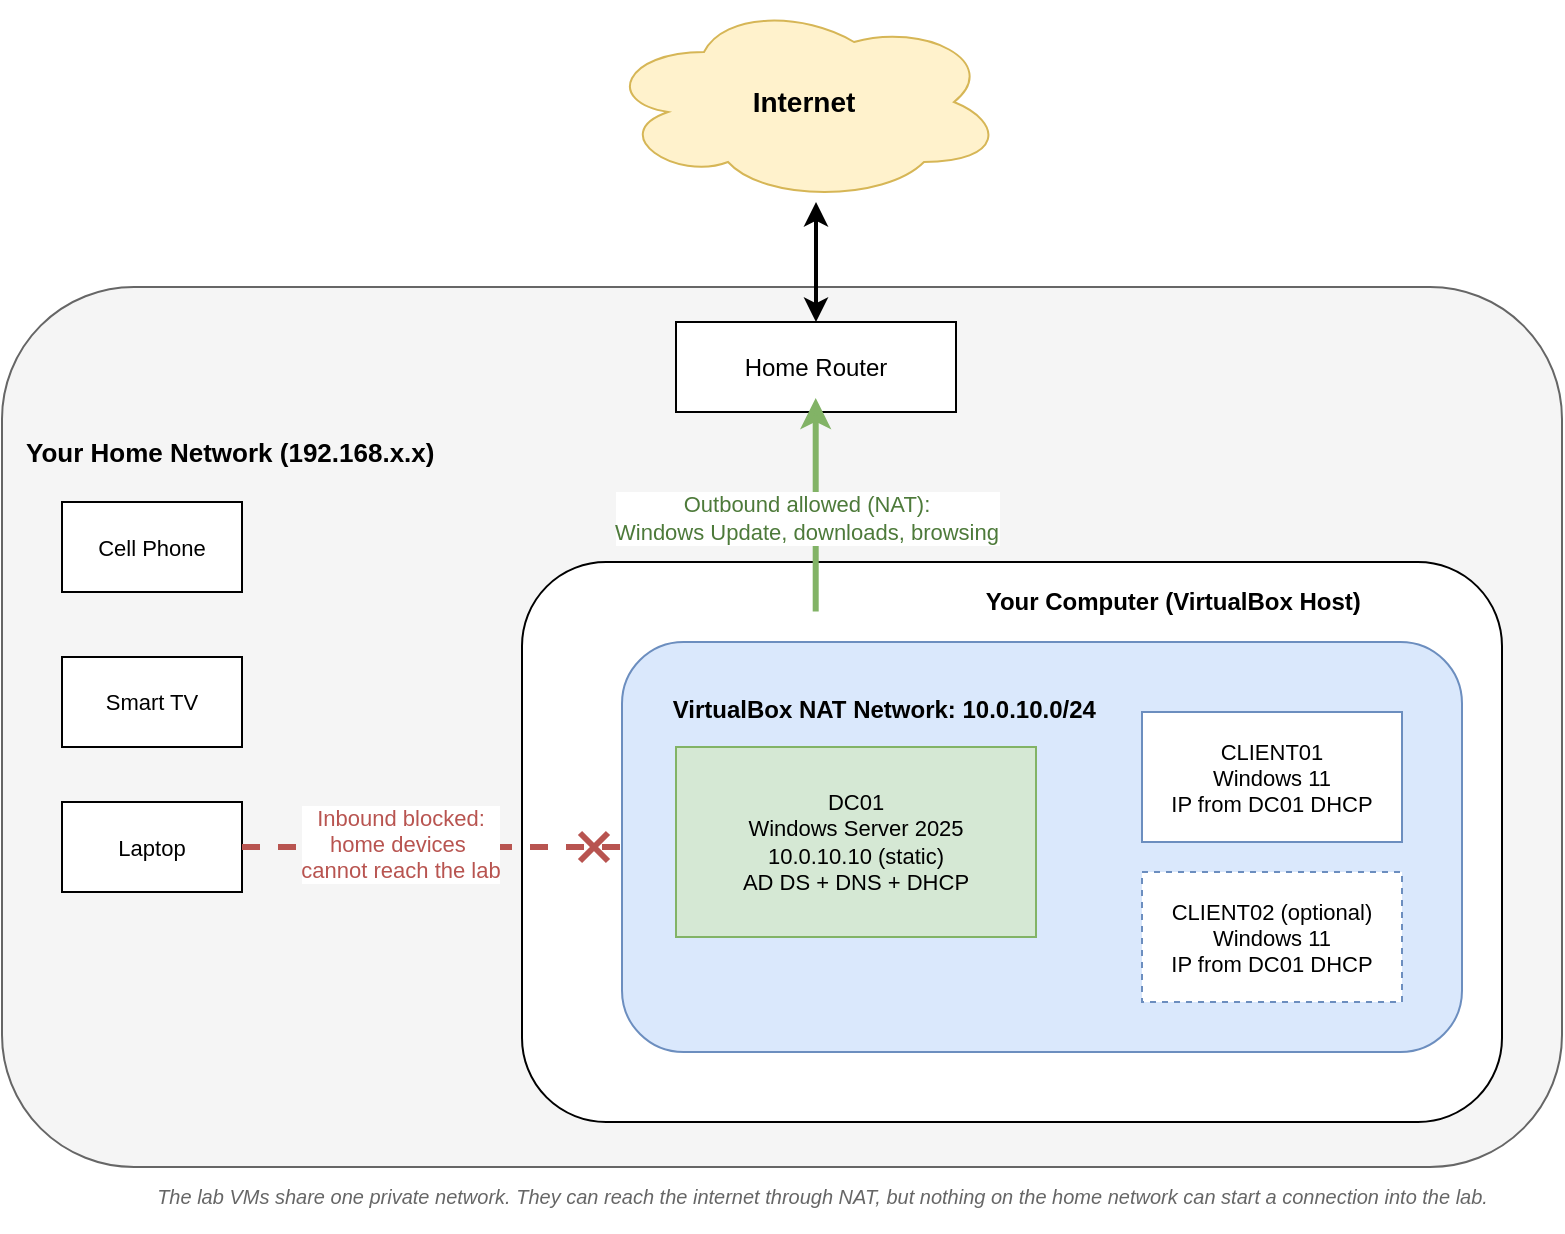
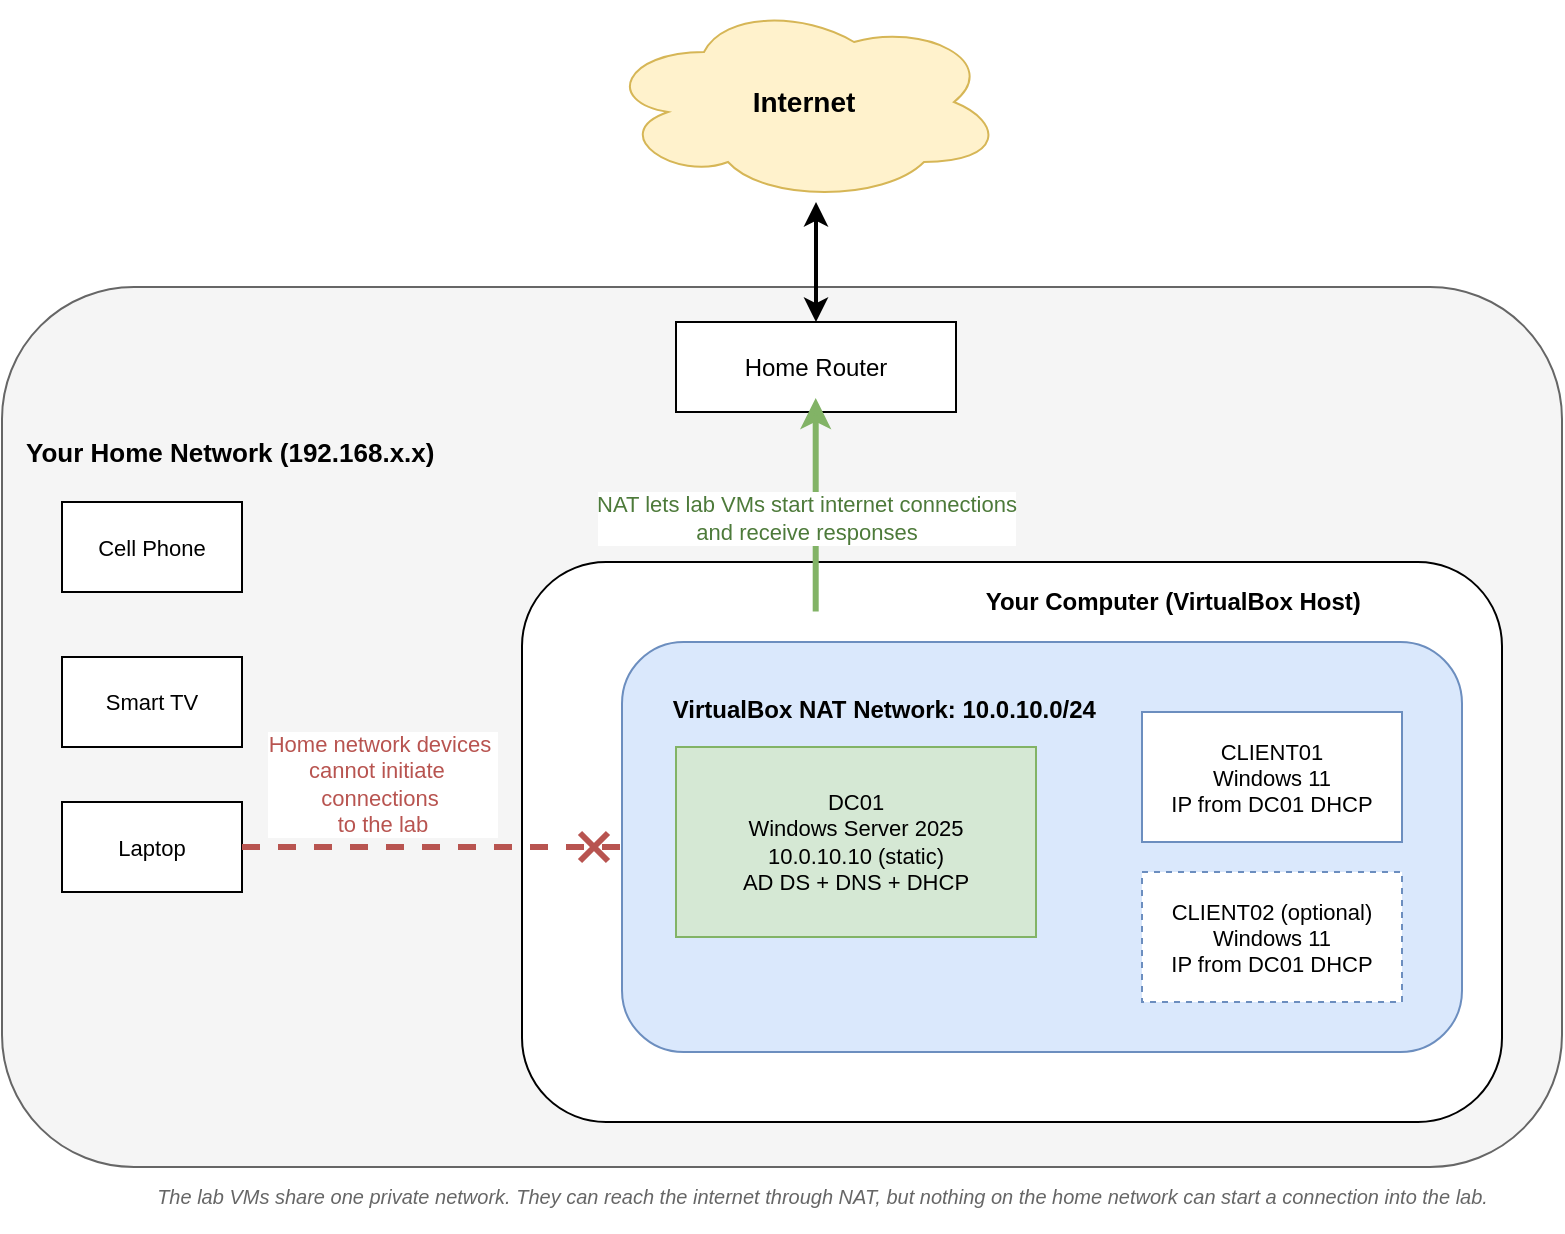
<mxfile host="Electron">
  <diagram id="nat-network" name="NAT Network">
-     <mxGraphModel dx="1667" dy="733" grid="1" gridSize="10" guides="1" tooltips="1" connect="1" arrows="1" fold="1" page="1" pageScale="1" pageWidth="850" pageHeight="650" math="0" shadow="0">
+     <mxGraphModel dx="1269" dy="660" grid="1" gridSize="10" guides="1" tooltips="1" connect="1" arrows="1" fold="1" page="1" pageScale="1" pageWidth="850" pageHeight="650" math="0" shadow="0">
      <root>
        <mxCell id="0" />
        <mxCell id="1" parent="0" />
        <mxCell id="internet" parent="1" style="ellipse;shape=cloud;whiteSpace=wrap;html=1;fillColor=#fff2cc;strokeColor=#d6b656;fontSize=14;fontStyle=1;" value="Internet" vertex="1">
          <mxGeometry height="100" width="200" x="341" y="20" as="geometry" />
        </mxCell>
        <mxCell id="homeNet" parent="1" style="rounded=1;whiteSpace=wrap;html=1;fillColor=#f5f5f5;strokeColor=#666666;verticalAlign=top;fontSize=13;fontStyle=1;align=left;spacingLeft=10;spacingTop=6;" value="&amp;nbsp; &amp;nbsp; &amp;nbsp; &amp;nbsp; &amp;nbsp; &amp;nbsp;&lt;div&gt;&amp;nbsp; &amp;nbsp; &amp;nbsp;&amp;nbsp;&lt;/div&gt;&lt;div&gt;&lt;br&gt;&lt;/div&gt;&lt;div&gt;&lt;br&gt;&lt;/div&gt;&lt;div&gt;&lt;span style=&quot;background-color: transparent; color: light-dark(rgb(0, 0, 0), rgb(255, 255, 255));&quot;&gt;Your Home Network (192.168.x.x)&lt;/span&gt;&lt;/div&gt;" vertex="1">
          <mxGeometry height="440" width="780" x="40" y="162.5" as="geometry" />
        </mxCell>
        <mxCell id="router" parent="1" style="rounded=0;whiteSpace=wrap;html=1;fillColor=#ffffff;strokeColor=#000000;fontSize=12;" value="Home Router" vertex="1">
          <mxGeometry height="45" width="140" x="377" y="180" as="geometry" />
        </mxCell>
        <mxCell id="phone" parent="1" style="rounded=0;whiteSpace=wrap;html=1;fillColor=#ffffff;strokeColor=#000000;fontSize=11;" value="Cell Phone" vertex="1">
          <mxGeometry height="45" width="90" x="70" y="270" as="geometry" />
        </mxCell>
        <mxCell id="tv" parent="1" style="rounded=0;whiteSpace=wrap;html=1;fillColor=#ffffff;strokeColor=#000000;fontSize=11;" value="Smart TV" vertex="1">
          <mxGeometry height="45" width="90" x="70" y="347.5" as="geometry" />
        </mxCell>
        <mxCell id="famLaptop" parent="1" style="rounded=0;whiteSpace=wrap;html=1;fillColor=#ffffff;strokeColor=#000000;fontSize=11;" value="Laptop" vertex="1">
          <mxGeometry height="45" width="90" x="70" y="420" as="geometry" />
        </mxCell>
        <mxCell id="hostPC" parent="1" style="rounded=1;whiteSpace=wrap;html=1;fillColor=#ffffff;strokeColor=#000000;verticalAlign=top;fontSize=12;fontStyle=1;align=left;spacingLeft=10;spacingTop=6;" value="&lt;div&gt;&lt;span style=&quot;background-color: transparent; color: light-dark(rgb(0, 0, 0), rgb(255, 255, 255));&quot;&gt;&amp;nbsp; &amp;nbsp; &amp;nbsp; &amp;nbsp; &amp;nbsp; &amp;nbsp; &amp;nbsp; &amp;nbsp; &amp;nbsp; &amp;nbsp; &amp;nbsp; &amp;nbsp; &amp;nbsp; &amp;nbsp; &amp;nbsp; &amp;nbsp; &amp;nbsp; &amp;nbsp; &amp;nbsp; &amp;nbsp; &amp;nbsp; &amp;nbsp; &amp;nbsp; &amp;nbsp; &amp;nbsp; &amp;nbsp; &amp;nbsp; &amp;nbsp; &amp;nbsp; &amp;nbsp; &amp;nbsp; &amp;nbsp; &amp;nbsp; Your Computer (VirtualBox Host)&lt;/span&gt;&lt;/div&gt;" vertex="1">
          <mxGeometry height="280" width="490" x="300" y="300" as="geometry" />
        </mxCell>
        <mxCell id="natNet" parent="1" style="rounded=1;whiteSpace=wrap;html=1;fillColor=#dae8fc;strokeColor=#6c8ebf;verticalAlign=top;fontSize=12;fontStyle=1;align=left;spacingLeft=10;spacingTop=6;" value="&amp;nbsp; &amp;nbsp;&amp;nbsp;&lt;div&gt;&amp;nbsp; &amp;nbsp; VirtualBox NAT Network: 10.0.10.0/24&lt;/div&gt;" vertex="1">
          <mxGeometry height="205" width="420" x="350" y="340" as="geometry" />
        </mxCell>
        <mxCell id="dc01" parent="1" style="rounded=0;whiteSpace=wrap;html=1;fillColor=#d5e8d4;strokeColor=#82b366;fontSize=11;" value="DC01&lt;br&gt;Windows Server 2025&lt;br&gt;10.0.10.10 (static)&lt;br&gt;AD DS + DNS + DHCP" vertex="1">
          <mxGeometry height="95" width="180" x="377" y="392.5" as="geometry" />
        </mxCell>
        <mxCell id="client01" parent="1" style="rounded=0;whiteSpace=wrap;html=1;fillColor=#ffffff;strokeColor=#6c8ebf;fontSize=11;" value="CLIENT01&#xa;Windows 11&#xa;IP from DC01 DHCP" vertex="1">
          <mxGeometry height="65" width="130" x="610" y="375" as="geometry" />
        </mxCell>
        <mxCell id="client02" parent="1" style="rounded=0;whiteSpace=wrap;html=1;fillColor=#ffffff;strokeColor=#6c8ebf;dashed=1;fontSize=11;" value="CLIENT02 (optional)&#xa;Windows 11&#xa;IP from DC01 DHCP" vertex="1">
          <mxGeometry height="65" width="130" x="610" y="455" as="geometry" />
        </mxCell>
-         <mxCell id="edgeLabToRouter" edge="1" parent="1" style="edgeStyle=orthogonalEdgeStyle;rounded=1;html=1;strokeColor=#82b366;strokeWidth=3;fontSize=11;fontColor=#4d7a3a;exitX=0.213;exitY=-0.001;entryX=0.5;entryY=1;exitDx=0;exitDy=0;exitPerimeter=0;" value="Outbound allowed (NAT):&#xa;Windows Update, downloads, browsing">
+         <mxCell id="edgeLabToRouter" edge="1" parent="1" style="edgeStyle=orthogonalEdgeStyle;rounded=1;html=1;strokeColor=#82b366;strokeWidth=3;fontSize=11;fontColor=#4d7a3a;exitX=0.213;exitY=-0.001;entryX=0.5;entryY=1;exitDx=0;exitDy=0;exitPerimeter=0;" value="NAT lets lab VMs start internet connections&lt;br&gt;and receive responses">
          <mxGeometry relative="1" x="-0.1171" y="5" as="geometry">
            <mxPoint as="offset" />
            <Array as="points" />
            <mxPoint x="446.85000000000014" y="324.7800000000001" as="sourcePoint" />
            <mxPoint x="446.85" y="218" as="targetPoint" />
          </mxGeometry>
        </mxCell>
        <mxCell id="edgeRouterToInternet" edge="1" parent="1" source="router" style="edgeStyle=orthogonalEdgeStyle;rounded=1;html=1;strokeColor=#000000;strokeWidth=2;startArrow=classic;startFill=1;entryX=0.53;entryY=1;entryDx=0;entryDy=0;entryPerimeter=0;" target="internet" value="">
          <mxGeometry relative="1" as="geometry">
            <mxPoint x="447" y="130" as="targetPoint" />
          </mxGeometry>
        </mxCell>
-         <mxCell id="edgeBlocked" edge="1" parent="1" source="famLaptop" style="edgeStyle=orthogonalEdgeStyle;rounded=1;html=1;strokeColor=#b85450;strokeWidth=3;dashed=1;fontSize=11;fontColor=#b85450;endArrow=cross;endSize=10;exitX=1;exitY=0.5;entryX=0;entryY=0.5;" target="natNet" value="Inbound blocked:&lt;br&gt;home devices&amp;nbsp;&lt;div&gt;cannot&amp;nbsp;&lt;span style=&quot;background-color: light-dark(#ffffff, var(--ge-dark-color, #121212)); color: light-dark(rgb(184, 84, 80), rgb(215, 129, 126));&quot;&gt;reach the lab&lt;/span&gt;&lt;/div&gt;">
-           <mxGeometry relative="1" x="-0.1689" y="2" as="geometry">
-             <mxPoint as="offset" />
+         <mxCell id="edgeBlocked" edge="1" parent="1" source="famLaptop" style="edgeStyle=orthogonalEdgeStyle;rounded=1;html=1;strokeColor=#b85450;strokeWidth=3;dashed=1;fontSize=11;fontColor=#b85450;endArrow=cross;endSize=10;exitX=1;exitY=0.5;entryX=0;entryY=0.5;" target="natNet" value="Home network devices&amp;nbsp;&lt;div&gt;cannot initiate&amp;nbsp;&amp;nbsp;&lt;/div&gt;&lt;div&gt;&lt;span style=&quot;background-color: light-dark(#ffffff, var(--ge-dark-color, #121212)); color: light-dark(rgb(184, 84, 80), rgb(215, 129, 126));&quot;&gt;connections&amp;nbsp;&lt;/span&gt;&lt;div&gt;to the lab&lt;/div&gt;&lt;/div&gt;">
+           <mxGeometry relative="1" x="-0.2632" y="33" as="geometry">
+             <mxPoint y="1" as="offset" />
          </mxGeometry>
        </mxCell>
        <mxCell id="note" parent="1" style="text;html=1;whiteSpace=wrap;fontSize=10;fontStyle=2;fontColor=#666666;" value="&amp;nbsp; &amp;nbsp; &amp;nbsp; &amp;nbsp; &amp;nbsp; &amp;nbsp; &amp;nbsp; &amp;nbsp; &amp;nbsp; &amp;nbsp; The lab VMs share one private network. They can reach the internet through NAT, but nothing on the home network can start a connection into the lab." vertex="1">
          <mxGeometry height="30" width="740" x="60" y="605" as="geometry" />
        </mxCell>
      </root>
    </mxGraphModel>
  </diagram>
</mxfile>
